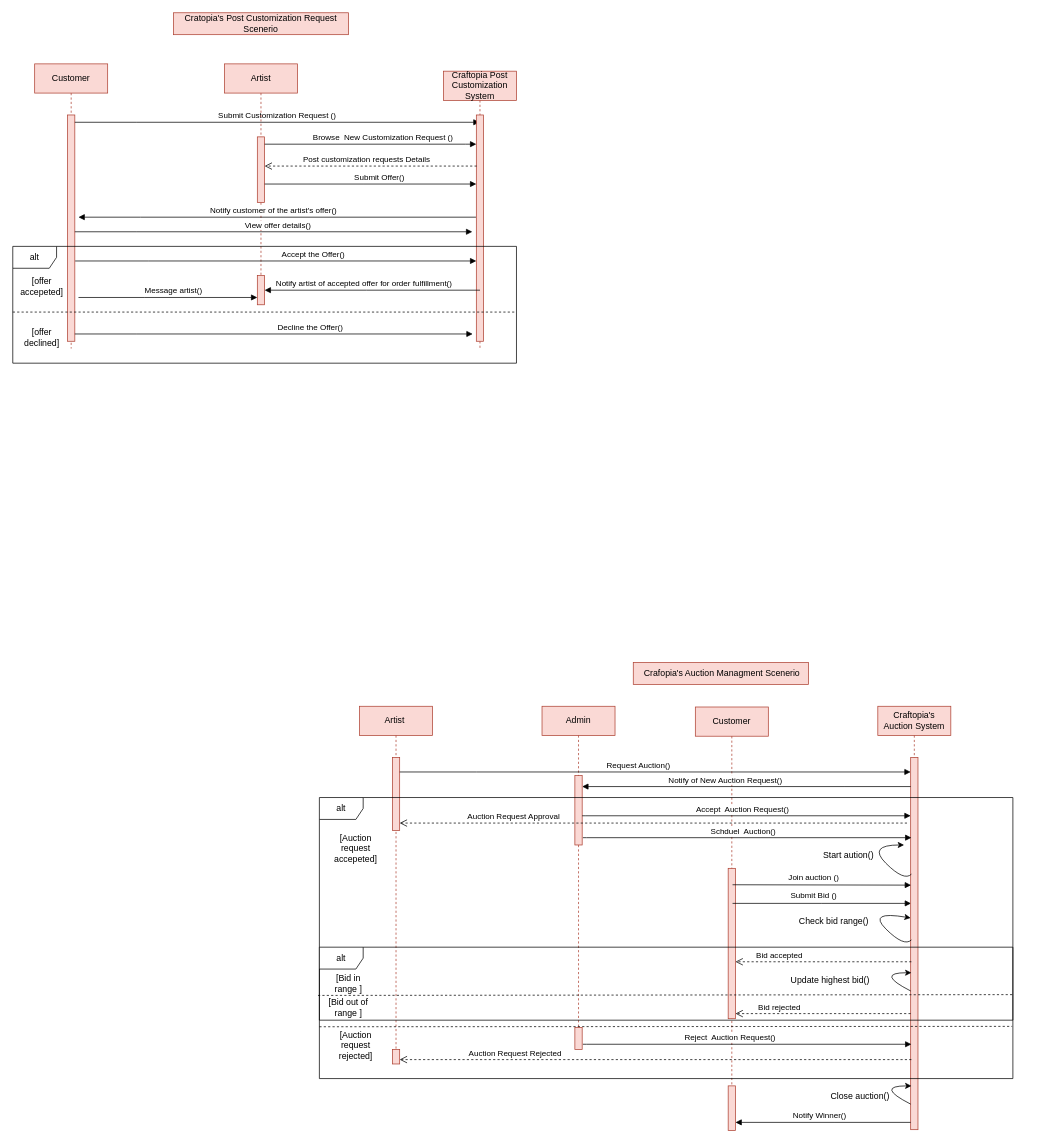
Before: Sequence Diagram/Sequence  Diagram 1.drawio in alibedair/Graduation-Project, a draw.io diagram. Source tidied: cells renumbered, new cells numbered last; positions are measured from the earlier drawing's top-left corner, leaving out a move shared by most shapes. Both pictures are drawn from the tidied source at 73%, with x=0, y=0 at pixel (12, 12).
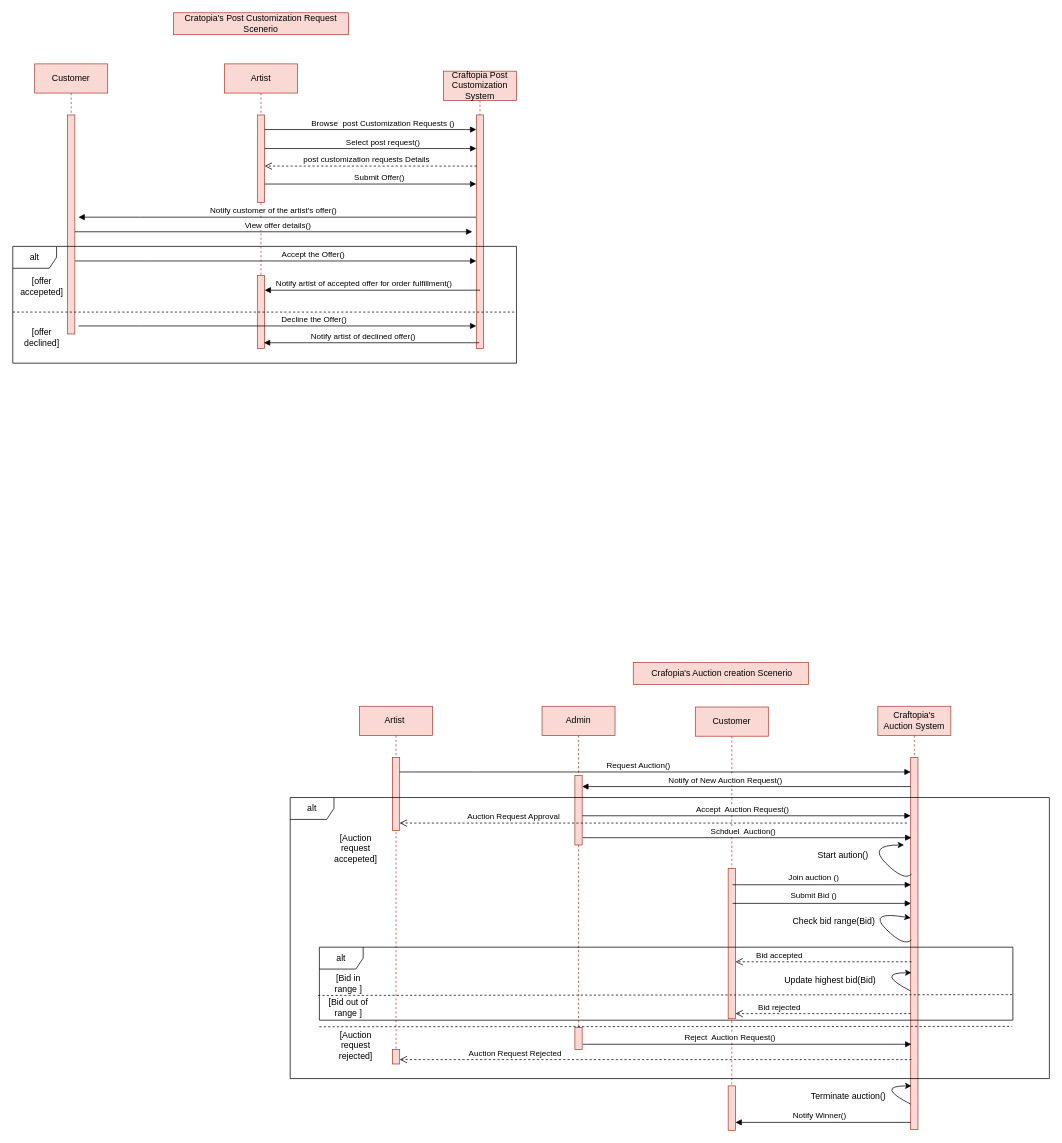
The same page after the edit.

Unchanged cells that the change refers to:
```xml
<mxCell id="14" value="Craftopia Post Customization System" style="shape=umlLifeline;perimeter=lifelinePerimeter;whiteSpace=wrap;html=1;outlineConnect=0;portConstraint=eastwest;newEdgeStyle={&quot;edgeStyle&quot;:&quot;elbowEdgeStyle&quot;,&quot;elbow&quot;:&quot;vertical&quot;,&quot;curved&quot;:0,&quot;rounded&quot;:0};fillColor=#fad9d5;strokeColor=#ae4132;" parent="1" vertex="1">
  <mxGeometry x="590" y="80" width="100" height="380" as="geometry" />
</mxCell>
```

Diff of the diagram source:
```diff
@@
     <mxCell id="2" value="Customer" style="shape=umlLifeline;perimeter=lifelinePerimeter;whiteSpace=wrap;html=1;newEdgeStyle={&quot;edgeStyle&quot;:&quot;elbowEdgeStyle&quot;,&quot;elbow&quot;:&quot;vertical&quot;,&quot;curved&quot;:0,&quot;rounded&quot;:0};fillColor=#fad9d5;strokeColor=#ae4132;" parent="1" vertex="1">
-      <mxGeometry x="30" y="70" width="100" height="390" as="geometry" />
+      <mxGeometry x="30" y="70" width="100" height="370" as="geometry" />
     </mxCell>
     <mxCell id="3" style="html=1;points=[];perimeter=orthogonalPerimeter;outlineConnect=0;targetShapes=umlLifeline;portConstraint=eastwest;newEdgeStyle={&quot;edgeStyle&quot;:&quot;elbowEdgeStyle&quot;,&quot;elbow&quot;:&quot;vertical&quot;,&quot;curved&quot;:0,&quot;rounded&quot;:0};fillColor=#fad9d5;strokeColor=#ae4132;" parent="2" vertex="1">
-      <mxGeometry x="45" y="70" width="10" height="310" as="geometry" />
+      <mxGeometry x="45" y="70" width="10" height="300" as="geometry" />
     </mxCell>
-    <mxCell id="4" value="Submit Customization Request ()" style="html=1;verticalAlign=bottom;endArrow=block;edgeStyle=elbowEdgeStyle;elbow=vertical;curved=0;rounded=0;" parent="1" edge="1" source="3" target="14">
-      <mxGeometry relative="1" as="geometry">
-        <Array as="points">
-          <mxPoint x="170" y="150" />
-        </Array>
-      </mxGeometry>
-    </mxCell>
@@
     <mxCell id="6" value="Artist" style="shape=umlLifeline;perimeter=lifelinePerimeter;whiteSpace=wrap;html=1;newEdgeStyle={&quot;edgeStyle&quot;:&quot;elbowEdgeStyle&quot;,&quot;elbow&quot;:&quot;vertical&quot;,&quot;curved&quot;:0,&quot;rounded&quot;:0};fillColor=#fad9d5;strokeColor=#ae4132;" parent="1" vertex="1">
-      <mxGeometry x="290" y="70" width="100" height="330" as="geometry" />
+      <mxGeometry x="290" y="70" width="100" height="390" as="geometry" />
     </mxCell>
     <mxCell id="7" style="html=1;points=[];perimeter=orthogonalPerimeter;outlineConnect=0;targetShapes=umlLifeline;portConstraint=eastwest;newEdgeStyle={&quot;edgeStyle&quot;:&quot;elbowEdgeStyle&quot;,&quot;elbow&quot;:&quot;vertical&quot;,&quot;curved&quot;:0,&quot;rounded&quot;:0};fillColor=#fad9d5;strokeColor=#ae4132;" parent="6" vertex="1">
-      <mxGeometry x="45" y="100" width="10" height="90" as="geometry" />
+      <mxGeometry x="45" y="70" width="10" height="120" as="geometry" />
     </mxCell>
     <mxCell id="8" style="html=1;points=[];perimeter=orthogonalPerimeter;outlineConnect=0;targetShapes=umlLifeline;portConstraint=eastwest;newEdgeStyle={&quot;edgeStyle&quot;:&quot;elbowEdgeStyle&quot;,&quot;elbow&quot;:&quot;vertical&quot;,&quot;curved&quot;:0,&quot;rounded&quot;:0};fillColor=#fad9d5;strokeColor=#ae4132;" parent="6" vertex="1">
-      <mxGeometry x="45" y="290" width="10" height="40" as="geometry" />
+      <mxGeometry x="45" y="290" width="10" height="100" as="geometry" />
     </mxCell>
@@
-    <mxCell id="10" value="Message artist()" style="html=1;verticalAlign=bottom;endArrow=block;edgeStyle=elbowEdgeStyle;elbow=vertical;curved=0;rounded=0;" parent="1" edge="1">
-      <mxGeometry x="0.06" relative="1" as="geometry">
-        <mxPoint x="90" y="390" as="sourcePoint" />
-        <mxPoint x="335" y="390" as="targetPoint" />
-        <Array as="points">
-          <mxPoint x="180" y="390" />
-        </Array>
-      </mxGeometry>
-    </mxCell>
@@
-    <mxCell id="13" value="&amp;nbsp;Crafopia's Auction Managment Scenerio" style="text;html=1;align=center;verticalAlign=middle;whiteSpace=wrap;rounded=0;fillColor=#fad9d5;strokeColor=#ae4132;" parent="1" vertex="1">
+    <mxCell id="13" value="&amp;nbsp;Crafopia's Auction creation Scenerio" style="text;html=1;align=center;verticalAlign=middle;whiteSpace=wrap;rounded=0;fillColor=#fad9d5;strokeColor=#ae4132;" parent="1" vertex="1">
       <mxGeometry x="850" y="890" width="240" height="30" as="geometry" />
     </mxCell>
@@
     <mxCell id="15" style="html=1;points=[];perimeter=orthogonalPerimeter;outlineConnect=0;targetShapes=umlLifeline;portConstraint=eastwest;newEdgeStyle={&quot;edgeStyle&quot;:&quot;elbowEdgeStyle&quot;,&quot;elbow&quot;:&quot;vertical&quot;,&quot;curved&quot;:0,&quot;rounded&quot;:0};fillColor=#fad9d5;strokeColor=#ae4132;" parent="14" vertex="1">
-      <mxGeometry x="45" y="60" width="10" height="310" as="geometry" />
+      <mxGeometry x="45" y="60" width="10" height="320" as="geometry" />
     </mxCell>
-    <mxCell id="16" value="&amp;nbsp;Post customization requests Details" style="html=1;verticalAlign=bottom;endArrow=open;dashed=1;endSize=8;edgeStyle=elbowEdgeStyle;elbow=horizontal;curved=0;rounded=0;" parent="1" edge="1" target="7">
+    <mxCell id="16" value="&amp;nbsp;post customization requests Details" style="html=1;verticalAlign=bottom;endArrow=open;dashed=1;endSize=8;edgeStyle=elbowEdgeStyle;elbow=horizontal;curved=0;rounded=0;" parent="1" edge="1" target="7">
       <mxGeometry x="0.05" relative="1" as="geometry">
         <mxPoint x="635.5" y="210" as="sourcePoint" />
         <Array as="points">
           <mxPoint x="630.5" y="210" />
         </Array>
       </mxGeometry>
     </mxCell>
@@
     <mxCell id="36" value="Decline the Offer()&amp;nbsp;" style="html=1;verticalAlign=bottom;endArrow=block;edgeStyle=elbowEdgeStyle;elbow=vertical;curved=0;rounded=0;" parent="1" edge="1">
       <mxGeometry x="0.19" relative="1" as="geometry">
-        <mxPoint x="85" y="440" as="sourcePoint" />
-        <mxPoint x="630" y="440" as="targetPoint" />
+        <mxPoint x="90" y="429" as="sourcePoint" />
+        <mxPoint x="635" y="429" as="targetPoint" />
         <Array as="points">
-          <mxPoint x="170" y="440" />
+          <mxPoint x="175" y="429" />
         </Array>
       </mxGeometry>
     </mxCell>
@@
     <mxCell id="39" value="alt" style="shape=umlFrame;whiteSpace=wrap;html=1;" parent="1" vertex="1">
-      <mxGeometry x="420" y="1075" width="950" height="385" as="geometry" />
+      <mxGeometry x="380" y="1075" width="1040" height="385" as="geometry" />
     </mxCell>
@@
-    <mxCell id="46" value="Update highest bid()" style="text;html=1;align=center;verticalAlign=middle;whiteSpace=wrap;rounded=0;" parent="1" vertex="1">
+    <mxCell id="46" value="Update highest bid(Bid)" style="text;html=1;align=center;verticalAlign=middle;whiteSpace=wrap;rounded=0;" parent="1" vertex="1">
       <mxGeometry x="1050" y="1310" width="140" height="30" as="geometry" />
     </mxCell>
@@
-    <mxCell id="48" value="Join auction ()" style="html=1;verticalAlign=bottom;endArrow=block;edgeStyle=elbowEdgeStyle;elbow=vertical;curved=0;rounded=0;" parent="1" edge="1">
+    <mxCell id="48" value="Join auction ()" style="html=1;verticalAlign=bottom;endArrow=block;edgeStyle=elbowEdgeStyle;elbow=horizontal;curved=0;rounded=0;" parent="1" edge="1">
       <mxGeometry x="-0.1" y="3" relative="1" as="geometry">
         <mxPoint x="986" y="1194.5" as="sourcePoint" />
         <mxPoint x="1230.5" y="1194.5" as="targetPoint" />
         <mxPoint x="1" y="1" as="offset" />
       </mxGeometry>
     </mxCell>
@@
     <mxCell id="50" value="Start aution()" style="text;html=1;align=center;verticalAlign=middle;whiteSpace=wrap;rounded=0;" parent="1" vertex="1">
-      <mxGeometry x="1105" y="1140" width="80" height="30" as="geometry" />
+      <mxGeometry x="1090" y="1140" width="95" height="30" as="geometry" />
     </mxCell>
@@
-    <mxCell id="52" value="Check bid range()" style="text;html=1;align=center;verticalAlign=middle;whiteSpace=wrap;rounded=0;" parent="1" vertex="1">
+    <mxCell id="52" value="Check bid range(Bid)" style="text;html=1;align=center;verticalAlign=middle;whiteSpace=wrap;rounded=0;" parent="1" vertex="1">
       <mxGeometry x="1065" y="1230" width="120" height="30" as="geometry" />
     </mxCell>
@@
-    <mxCell id="54" value="Browse&amp;nbsp; New Customization Request ()" style="html=1;verticalAlign=bottom;endArrow=block;edgeStyle=elbowEdgeStyle;elbow=vertical;curved=0;rounded=0;" parent="1" edge="1" source="7" target="15">
+    <mxCell id="54" value="Browse&amp;nbsp; post Customization Requests ()" style="html=1;verticalAlign=bottom;endArrow=block;edgeStyle=elbowEdgeStyle;elbow=vertical;curved=0;rounded=0;" parent="1" edge="1">
       <mxGeometry x="0.12" relative="1" as="geometry">
+        <mxPoint x="345" y="160" as="sourcePoint" />
+        <mxPoint x="635" y="160" as="targetPoint" />
         <Array as="points">
-          <mxPoint x="620" y="180" />
+          <mxPoint x="620" y="160" />
         </Array>
       </mxGeometry>
     </mxCell>
@@
-    <mxCell id="63" value="Close auction()" style="text;html=1;align=center;verticalAlign=middle;whiteSpace=wrap;rounded=0;" parent="1" vertex="1">
-      <mxGeometry x="1091" y="1470" width="140" height="30" as="geometry" />
+    <mxCell id="63" value="Terminate auction()" style="text;html=1;align=center;verticalAlign=middle;whiteSpace=wrap;rounded=0;" parent="1" vertex="1">
+      <mxGeometry x="1075" y="1470" width="140" height="30" as="geometry" />
     </mxCell>
+    <mxCell id="64" value="Select post request()" style="html=1;verticalAlign=bottom;endArrow=block;edgeStyle=elbowEdgeStyle;elbow=vertical;curved=0;rounded=0;" parent="1" edge="1">
+      <mxGeometry x="0.12" relative="1" as="geometry">
+        <mxPoint x="345" y="186" as="sourcePoint" />
+        <mxPoint x="635" y="186" as="targetPoint" />
+        <Array as="points">
+          <mxPoint x="620" y="186" />
+        </Array>
+      </mxGeometry>
+    </mxCell>
+    <mxCell id="65" value="Notify artist of declined offer()" style="html=1;verticalAlign=bottom;endArrow=block;edgeStyle=elbowEdgeStyle;elbow=vertical;curved=0;rounded=0;" parent="1" edge="1">
+      <mxGeometry x="0.08" relative="1" as="geometry">
+        <mxPoint x="639" y="452" as="sourcePoint" />
+        <mxPoint x="344" y="452" as="targetPoint" />
+        <Array as="points">
+          <mxPoint x="483.8" y="452" />
+        </Array>
+      </mxGeometry>
+    </mxCell>
```
